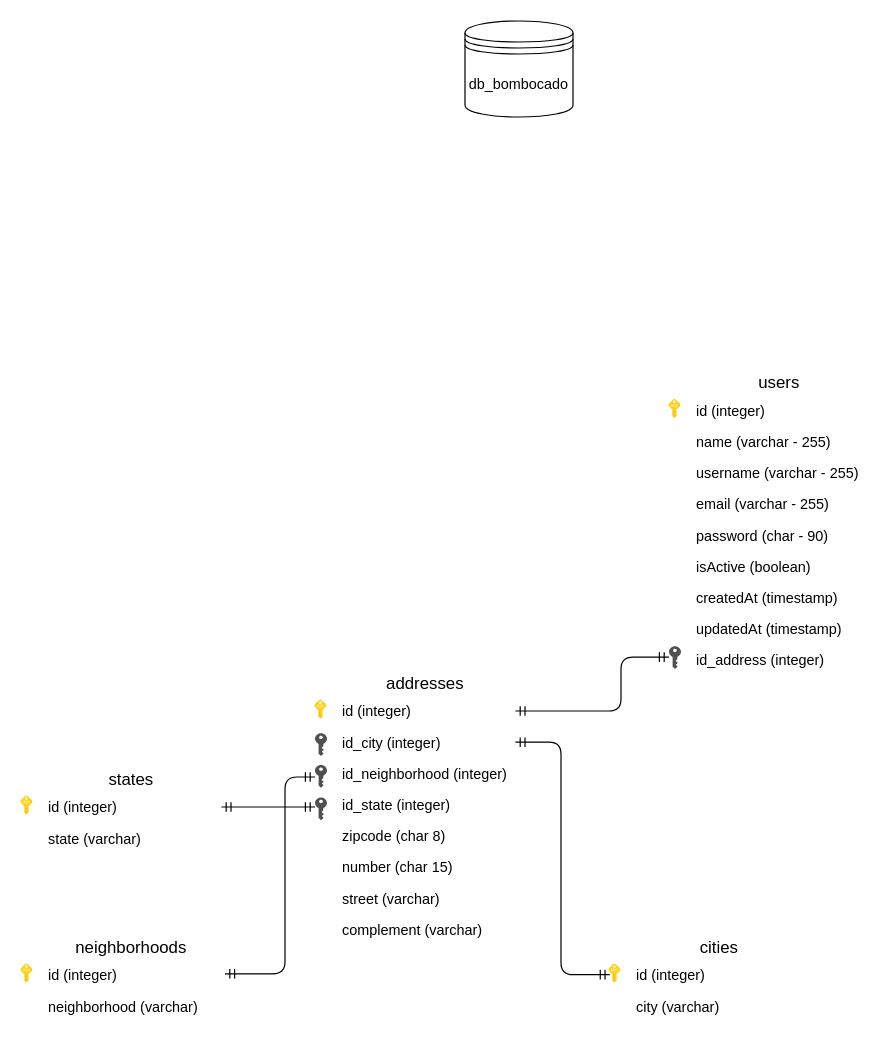
Before: docs/Untitled Diagram.drawio in caioliveira277/backendApi, a draw.io diagram. Source tidied: cells renumbered, new cells numbered last; positions are measured from the earlier drawing's top-left corner, leaving out a move shared by most shapes. Both pictures are drawn from the tidied source at 120%, with x=0, y=0 at pixel (20, 20).
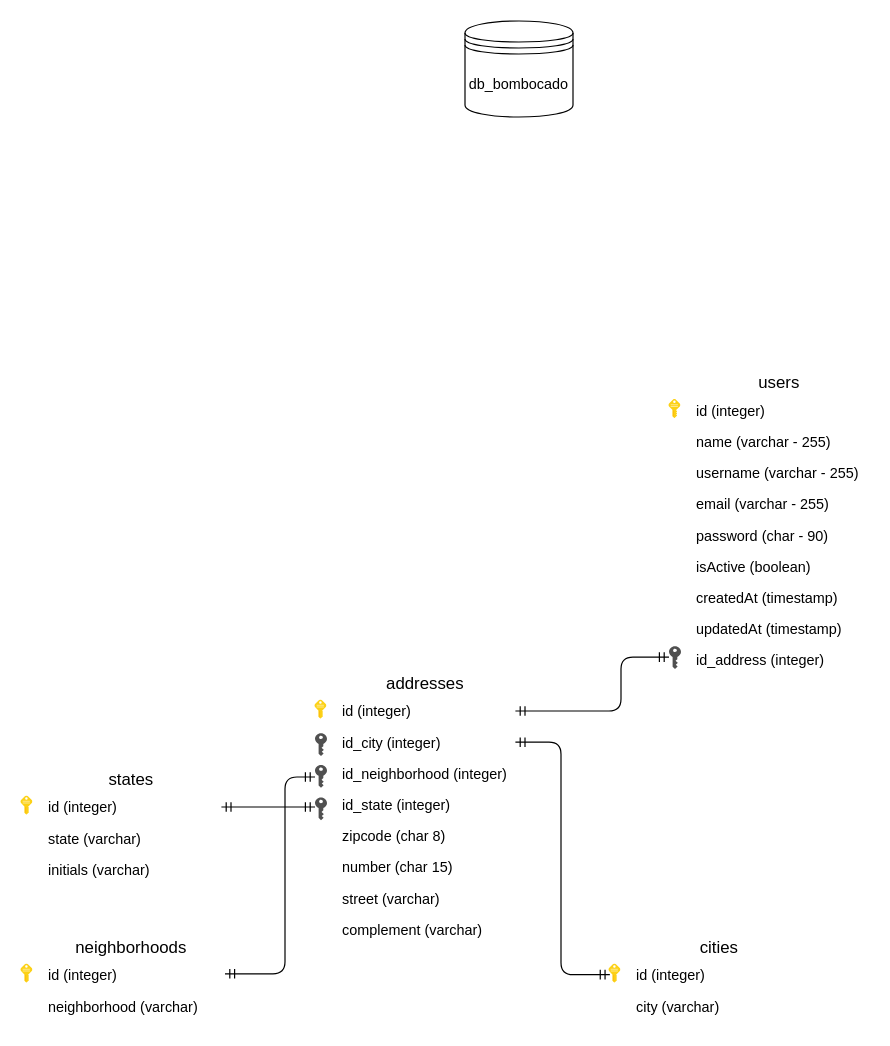
Above is the later version.

Diff of the diagram source:
```diff
@@
     <mxCell id="22" value="states" style="swimlane;fontStyle=0;horizontal=1;startSize=22;swimlaneFillColor=none;align=center;fontSize=14;rounded=0;shadow=0;glass=0;comic=0;labelBackgroundColor=none;strokeColor=#FFFFFF;" parent="1" vertex="1">
-      <mxGeometry x="17" y="620" width="150" height="74" as="geometry" />
+      <mxGeometry x="17" y="620" width="150" height="100" as="geometry" />
     </mxCell>
@@
+    <mxCell id="44" value="initials (varchar)" style="text;spacingLeft=4;spacingRight=4;overflow=hidden;fontSize=12;rounded=1;glass=0;shadow=0;comic=0;strokeColor=#FFFFFF;" parent="22" vertex="1">
+      <mxGeometry y="74" width="150" height="26" as="geometry" />
+    </mxCell>
```
